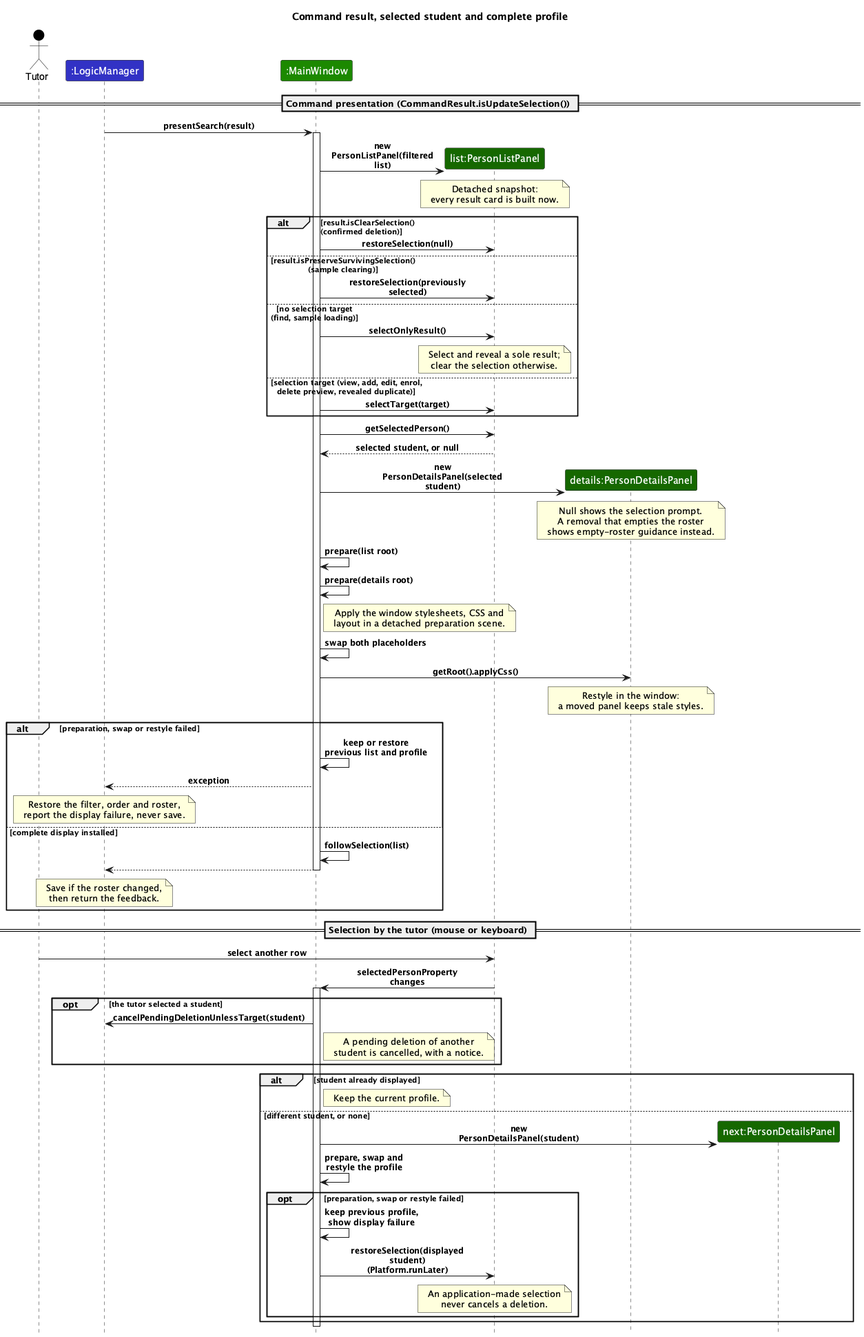
AY2627S1-CS2103T-W09-2/tp keeps this PlantUML diagram as docs/images/ProfilePresentationSequenceDiagram.png. Above is the earlier version. Its diagram source:
```plantuml
@startuml
!include style.puml
hide footbox
skinparam maxMessageSize 150
skinparam ArrowFontSize 12

title Command result, selected student and complete profile

actor Tutor as user USER_COLOR
participant ":LogicManager" as logic LOGIC_COLOR
participant ":MainWindow" as window UI_COLOR
participant "list:PersonListPanel" as list UI_COLOR_T3
participant "details:PersonDetailsPanel" as details UI_COLOR_T3

== Command presentation (CommandResult.isUpdateSelection()) ==
logic -> window : presentSearch(result)
activate window
create list
window -> list : new PersonListPanel(filtered list)
note over list : Detached snapshot:\nevery result card is built now.

alt result.isClearSelection()\n(confirmed deletion)
    window -> list : restoreSelection(null)
else result.isPreserveSurvivingSelection()\n(sample clearing)
    window -> list : restoreSelection(previously selected)
else no selection target\n(find, sample loading)
    window -> list : selectOnlyResult()
    note over list : Select and reveal a sole result;\nclear the selection otherwise.
else selection target (view, add, edit, enrol,\ndelete preview, revealed duplicate)
    window -> list : selectTarget(target)
end

window -> list : getSelectedPerson()
list --> window : selected student, or null
create details
window -> details : new PersonDetailsPanel(selected student)
note over details
  Null shows the selection prompt.
  A removal that empties the roster
  shows empty-roster guidance instead.
end note

window -> window : prepare(list root)
window -> window : prepare(details root)
note right of window
  Apply the window stylesheets, CSS and
  layout in a detached preparation scene.
end note
window -> window : swap both placeholders
window -> details : getRoot().applyCss()
note over details : Restyle in the window:\na moved panel keeps stale styles.

alt preparation, swap or restyle failed
    window -> window : keep or restore previous list and profile
    window --> logic : exception
    note over logic : Restore the filter, order and roster,\nreport the display failure, never save.
else complete display installed
    window -> window : followSelection(list)
    window --> logic
    deactivate window
    note over logic : Save if the roster changed,\nthen return the feedback.
end

== Selection by the tutor (mouse or keyboard) ==
user -> list : select another row
list -> window : selectedPersonProperty changes
activate window
opt the tutor selected a student
    window -> logic : cancelPendingDeletionUnlessTarget(student)
    note right of window : A pending deletion of another\nstudent is cancelled, with a notice.
end
alt student already displayed
    note right of window : Keep the current profile.
else different student, or none
    create "next:PersonDetailsPanel" as next UI_COLOR_T3
    window -> next : new PersonDetailsPanel(student)
    window -> window : prepare, swap and restyle the profile
    opt preparation, swap or restyle failed
        window -> window : keep previous profile,\nshow display failure
        window -> list : restoreSelection(displayed student)\n(Platform.runLater)
        note over list : An application-made selection\nnever cancels a deletion.
    end
end
deactivate window
@enduml
```
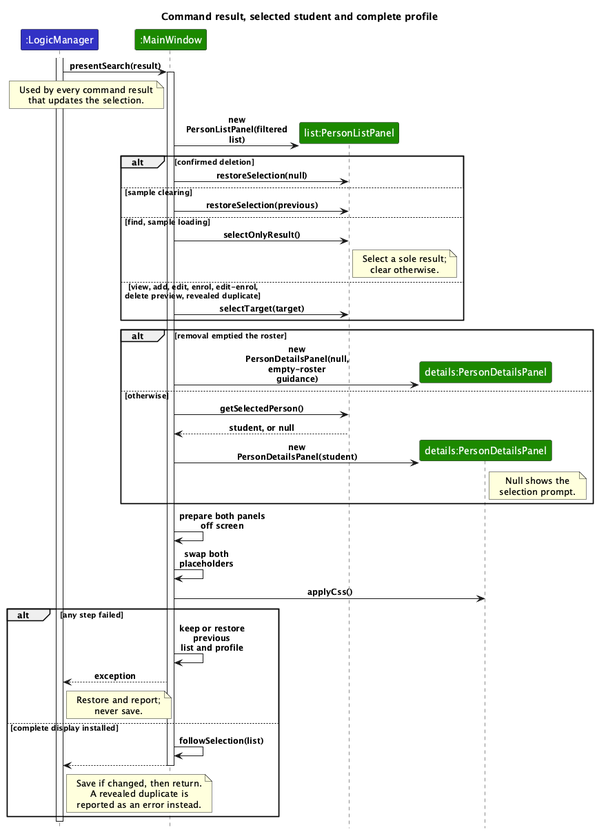
After the change.

Commit message:
Split the profile presentation diagram by trigger

What changed in the source:
```diff
@@ -1,85 +1,58 @@
 @startuml
 !include style.puml
 hide footbox
-skinparam maxMessageSize 150
+skinparam maxMessageSize 130
 skinparam ArrowFontSize 12
 
 title Command result, selected student and complete profile
 
-actor Tutor as user USER_COLOR
 participant ":LogicManager" as logic LOGIC_COLOR
 participant ":MainWindow" as window UI_COLOR
-participant "list:PersonListPanel" as list UI_COLOR_T3
-participant "details:PersonDetailsPanel" as details UI_COLOR_T3
+participant "list:PersonListPanel" as list UI_COLOR
+participant "details:PersonDetailsPanel" as details UI_COLOR
 
-== Command presentation (CommandResult.isUpdateSelection()) ==
+activate logic
 logic -> window : presentSearch(result)
 activate window
+note left of window : Used by every command result\nthat updates the selection.
 create list
 window -> list : new PersonListPanel(filtered list)
-note over list : Detached snapshot:\nevery result card is built now.
 
-alt result.isClearSelection()\n(confirmed deletion)
+alt confirmed deletion
     window -> list : restoreSelection(null)
-else result.isPreserveSurvivingSelection()\n(sample clearing)
-    window -> list : restoreSelection(previously selected)
-else no selection target\n(find, sample loading)
+else sample clearing
+    window -> list : restoreSelection(previous)
+else find, sample loading
     window -> list : selectOnlyResult()
-    note over list : Select and reveal a sole result;\nclear the selection otherwise.
-else selection target (view, add, edit, enrol,\ndelete preview, revealed duplicate)
+    note right of list : Select a sole result;\nclear otherwise.
+else view, add, edit, enrol, edit-enrol,\ndelete preview, revealed duplicate
     window -> list : selectTarget(target)
 end
 
-window -> list : getSelectedPerson()
-list --> window : selected student, or null
-create details
-window -> details : new PersonDetailsPanel(selected student)
-note over details
-  Null shows the selection prompt.
-  A removal that empties the roster
-  shows empty-roster guidance instead.
-end note
+alt removal emptied the roster
+    create details
+    window -> details : new PersonDetailsPanel(null,\nempty-roster guidance)
+else otherwise
+    window -> list : getSelectedPerson()
+    list --> window : student, or null
+    create details
+    window -> details : new PersonDetailsPanel(student)
+    note right of details : Null shows the\nselection prompt.
+end
 
-window -> window : prepare(list root)
-window -> window : prepare(details root)
-note right of window
-  Apply the window stylesheets, CSS and
-  layout in a detached preparation scene.
-end note
+window -> window : prepare both panels\noff screen
 window -> window : swap both placeholders
-window -> details : getRoot().applyCss()
-note over details : Restyle in the window:\na moved panel keeps stale styles.
+window -> details : applyCss()
 
-alt preparation, swap or restyle failed
-    window -> window : keep or restore previous list and profile
+alt any step failed
+    window -> window : keep or restore previous\nlist and profile
     window --> logic : exception
-    note over logic : Restore the filter, order and roster,\nreport the display failure, never save.
+    note right of logic : Restore and report;\nnever save.
 else complete display installed
     window -> window : followSelection(list)
     window --> logic
     deactivate window
-    note over logic : Save if the roster changed,\nthen return the feedback.
+    note right of logic : Save if changed, then return.\nA revealed duplicate is\nreported as an error instead.
 end
-
-== Selection by the tutor (mouse or keyboard) ==
-user -> list : select another row
-list -> window : selectedPersonProperty changes
-activate window
-opt the tutor selected a student
-    window -> logic : cancelPendingDeletionUnlessTarget(student)
-    note right of window : A pending deletion of another\nstudent is cancelled, with a notice.
-end
-alt student already displayed
-    note right of window : Keep the current profile.
-else different student, or none
-    create "next:PersonDetailsPanel" as next UI_COLOR_T3
-    window -> next : new PersonDetailsPanel(student)
-    window -> window : prepare, swap and restyle the profile
-    opt preparation, swap or restyle failed
-        window -> window : keep previous profile,\nshow display failure
-        window -> list : restoreSelection(displayed student)\n(Platform.runLater)
-        note over list : An application-made selection\nnever cancels a deletion.
-    end
-end
-deactivate window
+deactivate logic
 @enduml
```
